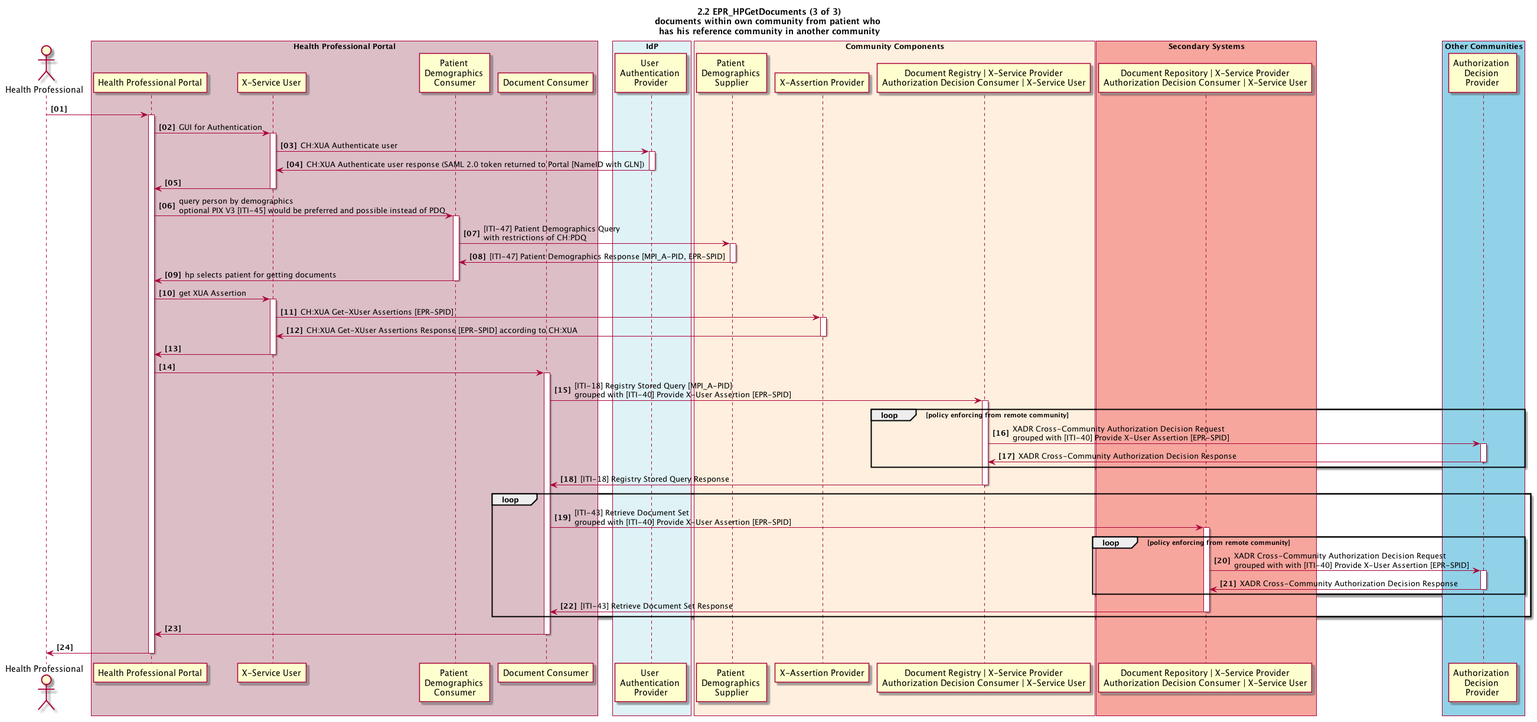
Before: 2_02_EPR_HPGetDocuments3of3.plantuml.png, a diagram exported from PlantUML (ahdis/ch-epr-seqdiag). Its diagram source:
```plantuml
@startuml
skinparam Padding 1
autonumber 1 1 "<b>[00]"
title 2.2 EPR_HPGetDocuments (3 of 3)\ndocuments within own community from patient who \nhas his reference community in another community

actor hp as "Health Professional"

box "Health Professional Portal" #DCBEC7
	participant ps_gui as "Health Professional Portal"
	participant ps_x_service_user as "X-Service User"
	participant ps_pdq_patient_demographics_consumer as "Patient \nDemographics \nConsumer"
	participant ps_doc_consumer as "Document Consumer"
end box

box "IdP" #DFF3F7
	participant idp_user_authentication_provider as "User \nAuthentication \nProvider"
end box

box "Community Components" #FFEFDE
	participant cc_mpi_patient_demographics_supplier as "Patient \nDemographics \nSupplier"
	participant cc_x_assertion_provider as "X-Assertion Provider"
	participant cc_doc_registry as "Document Registry | X-Service Provider\nAuthorization Decision Consumer | X-Service User"
end box

box "Secondary Systems" #F7A69E
	participant ss_doc_repository as "Document Repository | X-Service Provider\nAuthorization Decision Consumer | X-Service User"
end box

box "Other Communities" #91D2E8
	participant xc_adp as "Authorization \nDecision \nProvider"
end box

hp -> ps_gui
activate ps_gui

ps_gui -> ps_x_service_user : GUI for Authentication
activate ps_x_service_user
ps_x_service_user -> idp_user_authentication_provider : CH:XUA Authenticate user
activate idp_user_authentication_provider
ps_x_service_user <- idp_user_authentication_provider : CH:XUA Authenticate user response (SAML 2.0 token returned to Portal [NameID with GLN])
deactivate idp_user_authentication_provider
ps_gui <- ps_x_service_user
deactivate ps_x_service_user

ps_gui -> ps_pdq_patient_demographics_consumer: query person by demographics\noptional PIX V3 [ITI-45] would be preferred and possible instead of PDQ
activate ps_pdq_patient_demographics_consumer
ps_pdq_patient_demographics_consumer -> cc_mpi_patient_demographics_supplier: [ITI-47] Patient Demographics Query \nwith restrictions of CH:PDQ
activate cc_mpi_patient_demographics_supplier
ps_pdq_patient_demographics_consumer <- cc_mpi_patient_demographics_supplier:  [ITI-47] Patient Demographics Response [MPI_A-PID, EPR-SPID]
deactivate cc_mpi_patient_demographics_supplier
ps_gui <- ps_pdq_patient_demographics_consumer:hp selects patient for getting documents
deactivate ps_pdq_patient_demographics_consumer

ps_gui -> ps_x_service_user : get XUA Assertion
activate ps_x_service_user
ps_x_service_user -> cc_x_assertion_provider: CH:XUA Get-XUser Assertions [EPR-SPID]
activate cc_x_assertion_provider
ps_x_service_user <- cc_x_assertion_provider: CH:XUA Get-XUser Assertions Response [EPR-SPID] according to CH:XUA
deactivate cc_x_assertion_provider
ps_gui <- ps_x_service_user
deactivate ps_x_service_user

ps_gui -> ps_doc_consumer
activate ps_doc_consumer
ps_doc_consumer -> cc_doc_registry: [ITI-18] Registry Stored Query [MPI_A-PID]\ngrouped with [ITI-40] Provide X-User Assertion [EPR-SPID]
activate cc_doc_registry
loop policy enforcing from remote community
  cc_doc_registry -> xc_adp: XADR Cross-Community Authorization Decision Request\ngrouped with [ITI-40] Provide X-User Assertion [EPR-SPID]
  activate xc_adp
  cc_doc_registry <- xc_adp: XADR Cross-Community Authorization Decision Response
  deactivate xc_adp
end
ps_doc_consumer <- cc_doc_registry: [ITI-18] Registry Stored Query Response
deactivate cc_doc_registry
loop
  ps_doc_consumer -> ss_doc_repository: [ITI-43] Retrieve Document Set\ngrouped with [ITI-40] Provide X-User Assertion [EPR-SPID]
  activate ss_doc_repository
  loop policy enforcing from remote community
    ss_doc_repository -> xc_adp: XADR Cross-Community Authorization Decision Request\ngrouped with with [ITI-40] Provide X-User Assertion [EPR-SPID]
    activate xc_adp
    ss_doc_repository <- xc_adp: XADR Cross-Community Authorization Decision Response
    deactivate xc_adp
  end
  ps_doc_consumer <- ss_doc_repository: [ITI-43] Retrieve Document Set Response
  deactivate ss_doc_repository
end
ps_gui <- ps_doc_consumer
deactivate ps_doc_consumer

hp <- ps_gui
deactivate ps_gui


@enduml
```
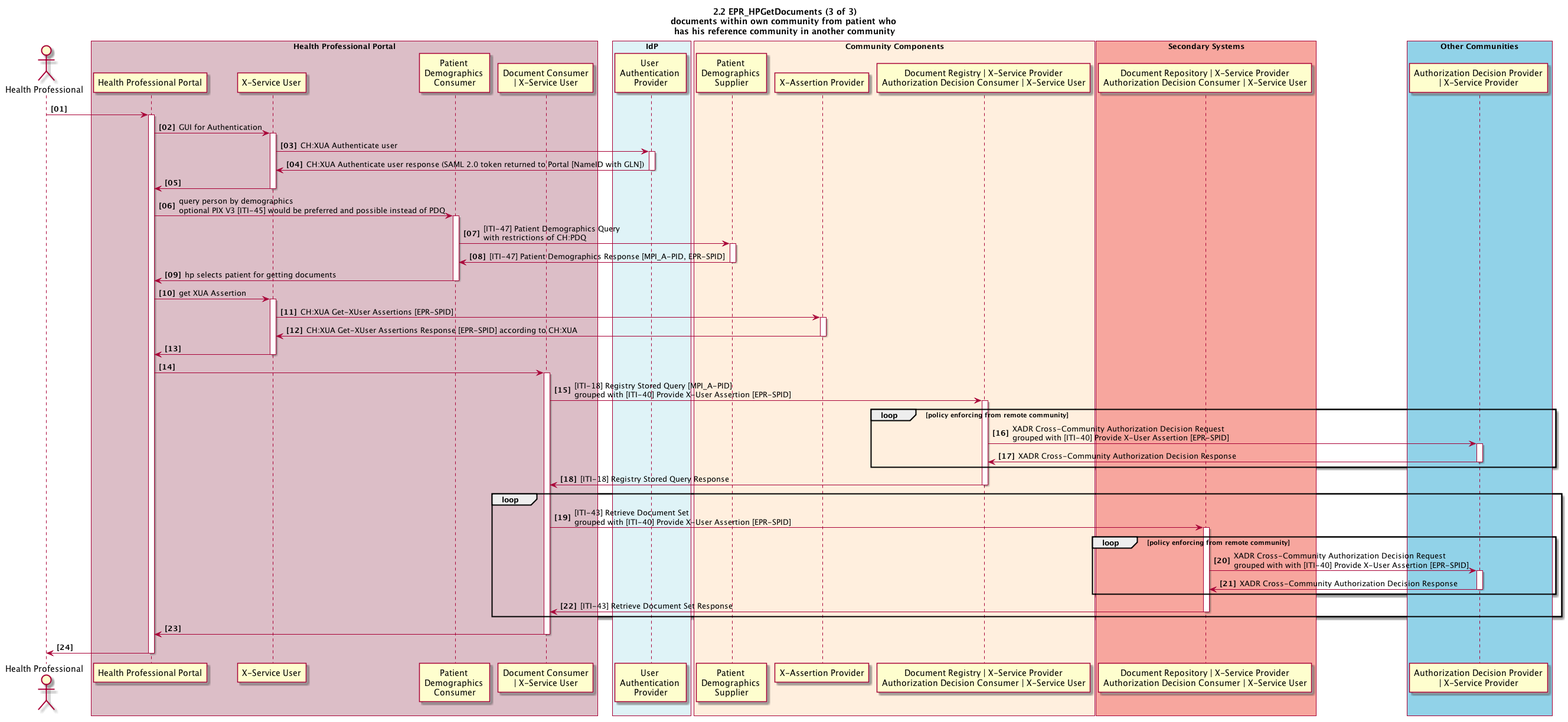
After the commit.

What changed in the source:
```diff
@@ -9,7 +9,7 @@
 	participant ps_gui as "Health Professional Portal"
 	participant ps_x_service_user as "X-Service User"
 	participant ps_pdq_patient_demographics_consumer as "Patient \nDemographics \nConsumer"
-	participant ps_doc_consumer as "Document Consumer"
+	participant ps_doc_consumer as "Document Consumer\n| X-Service User"
 end box
 
 box "IdP" #DFF3F7
@@ -27,7 +27,7 @@
 end box
 
 box "Other Communities" #91D2E8
-	participant xc_adp as "Authorization \nDecision \nProvider"
+	participant xc_adp as "Authorization Decision Provider\n| X-Service Provider"
 end box
 
 hp -> ps_gui
```
